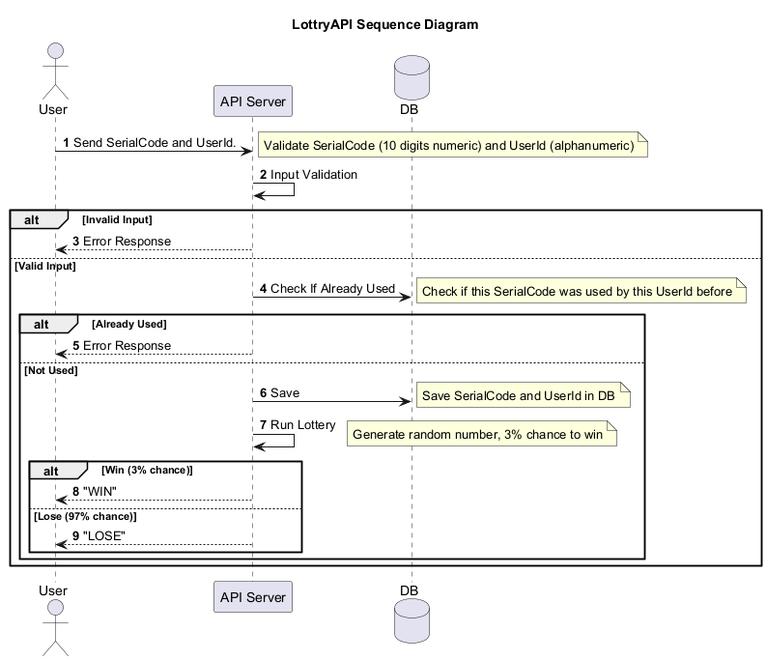
The PlantUML diagram LotteryAPI.png in kojiaoyama-jpg/PlantUML, before a commit.
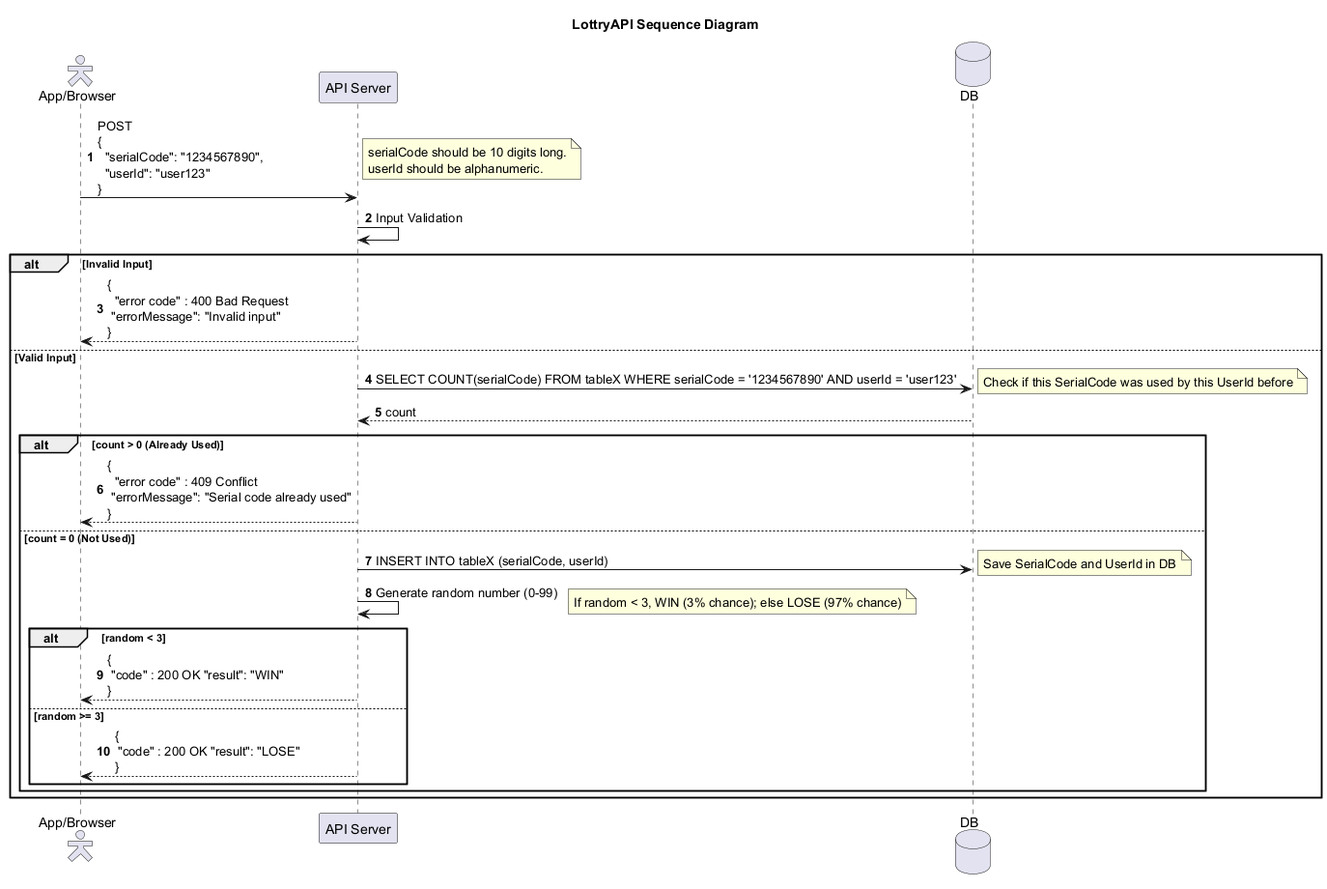
After the commit.

Commit message:
GEPO-1069 update Sequence Diagram process

Change to the diagram source:
```diff
@@ -1,30 +1,34 @@
 @startuml
 title LottryAPI Sequence Diagram
-actor Client as "User"
+skinparam actorStyle Hollow
+actor Client as "App/Browser"
 participant "API Server" as Server
 database "DB" as DB
 autonumber
 
-Client -> Server: Send SerialCode and UserId.
-note right: Validate SerialCode (10 digits numeric) and UserId (alphanumeric)
-
+Client -> Server: POST \n{\n  "serialCode": "1234567890",\n  "userId": "user123"\n}
+note right
+    serialCode should be 10 digits long.
+    userId should be alphanumeric.
+end note
 Server -> Server: Input Validation
 alt Invalid Input
-    Server --> Client: Error Response
+    Server --> Client: {\n  "error code" : 400 Bad Request \n "errorMessage": "Invalid input"\n}
 else Valid Input
-    Server -> DB: Check If Already Used
+    Server -> DB: SELECT COUNT(serialCode) FROM tableX WHERE serialCode = '1234567890' AND userId = 'user123'
     note right: Check if this SerialCode was used by this UserId before
-    alt Already Used
-        Server --> Client: Error Response
-    else Not Used
-        Server -> DB: Save
+    DB --> Server: count
+    alt count > 0 (Already Used)
+        Server --> Client: {\n  "error code" : 409 Conflict \n "errorMessage": "Serial code already used"\n}
+    else count = 0 (Not Used)
+        Server -> DB: INSERT INTO tableX (serialCode, userId)
         note right: Save SerialCode and UserId in DB
-        Server -> Server: Run Lottery
-        note right: Generate random number, 3% chance to win
-        alt Win (3% chance)
-            Server --> Client: "WIN"
-        else Lose (97% chance)
-            Server --> Client: "LOSE"
+        Server -> Server: Generate random number (0-99)
+        note right: If random < 3, WIN (3% chance); else LOSE (97% chance)
+        alt random < 3
+            Server --> Client: {\n "code" : 200 OK "result": "WIN"\n}
+        else random >= 3
+            Server --> Client: {\n "code" : 200 OK "result": "LOSE"\n}
         end
     end
 end
```
